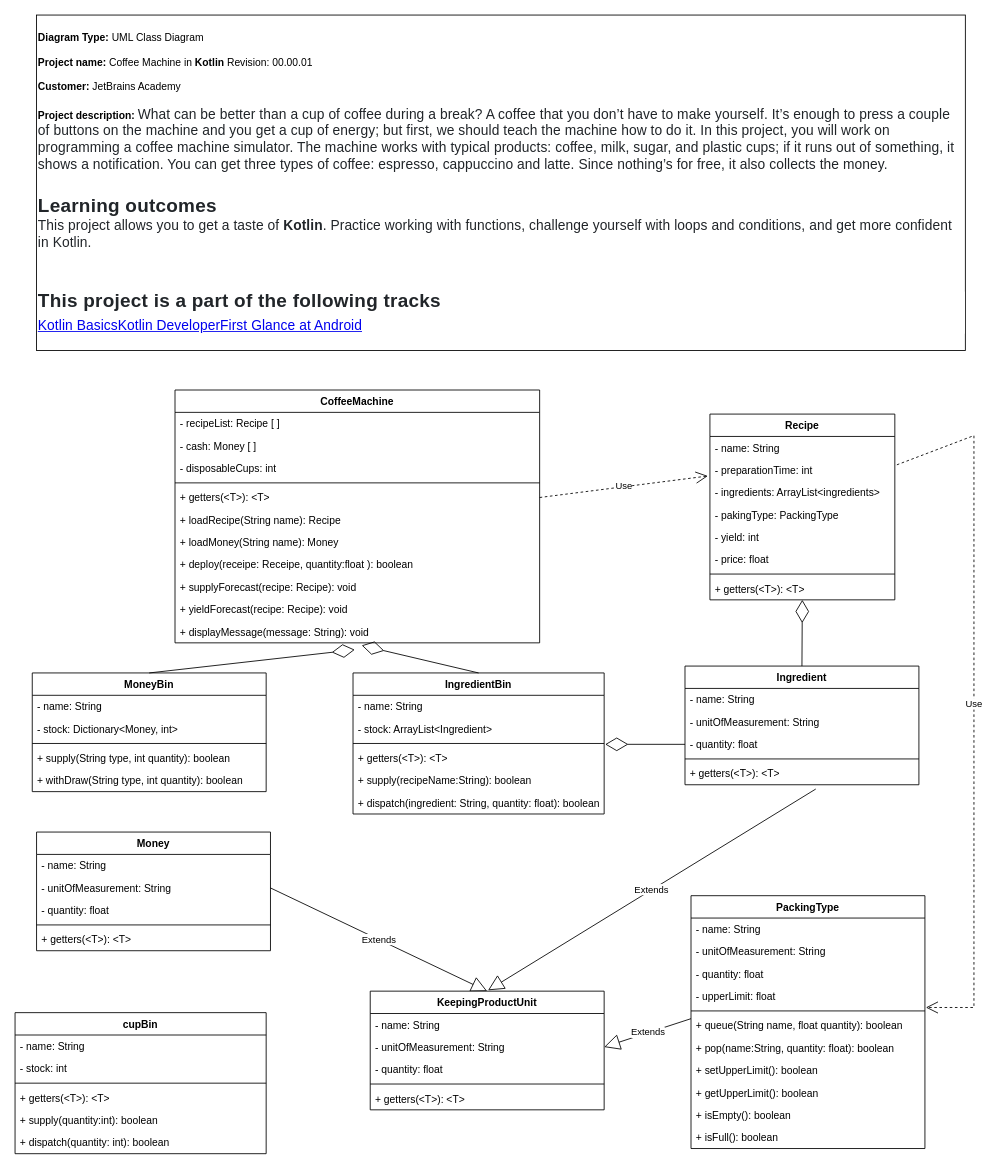
AlbertoVictorRebello/academy.jetbrains.kotlinBasics keeps this draw.io diagram as coffeeMachine/UML/CoffeeMAchineClassDiagram.drawio. Above is the earlier version. Source tidied: cells renumbered, new cells numbered last; positions are measured from the earlier drawing's top-left corner, leaving out a move shared by most shapes. Both pictures are drawn from the tidied source at 86%, with x=0, y=0 at pixel (15, 15).
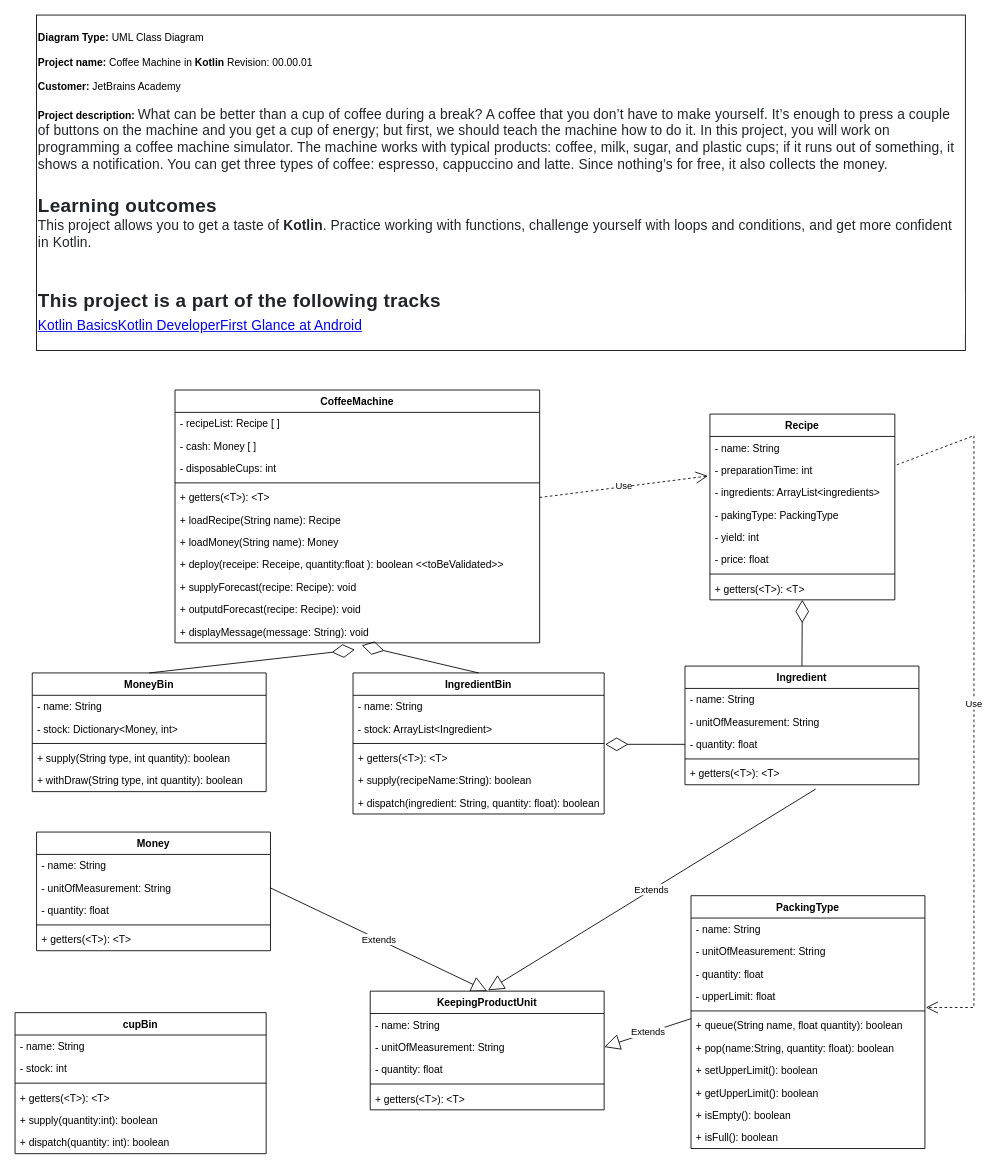
The same diagram, later.

The change refers to these unchanged cells:
```xml
<mxCell id="4" value="CoffeeMachine" style="swimlane;fontStyle=1;align=center;verticalAlign=top;horizontal=1;startSize=26;" parent="1" vertex="1">
  <mxGeometry x="186" y="436" width="424" height="294" as="geometry" />
</mxCell>
```

What changed in the source:
```diff
@@
-    <mxCell id="12" value="+ deploy(receipe: Receipe, quantity:float ): boolean" style="text;strokeColor=none;fillColor=none;align=left;verticalAlign=top;spacingLeft=4;spacingRight=4;overflow=hidden;" parent="4" vertex="1">
+    <mxCell id="12" value="+ deploy(receipe: Receipe, quantity:float ): boolean &lt;&lt;toBeValidated&gt;&gt;" style="text;strokeColor=none;fillColor=none;align=left;verticalAlign=top;spacingLeft=4;spacingRight=4;overflow=hidden;" parent="4" vertex="1">
       <mxGeometry y="190" width="424" height="26" as="geometry" />
     </mxCell>
@@
-    <mxCell id="14" value="+ yieldForecast(recipe: Recipe): void" style="text;strokeColor=none;fillColor=none;align=left;verticalAlign=top;spacingLeft=4;spacingRight=4;overflow=hidden;" parent="4" vertex="1">
+    <mxCell id="14" value="+ outputdForecast(recipe: Recipe): void" style="text;strokeColor=none;fillColor=none;align=left;verticalAlign=top;spacingLeft=4;spacingRight=4;overflow=hidden;" parent="4" vertex="1">
       <mxGeometry y="242" width="424" height="26" as="geometry" />
     </mxCell>
```
